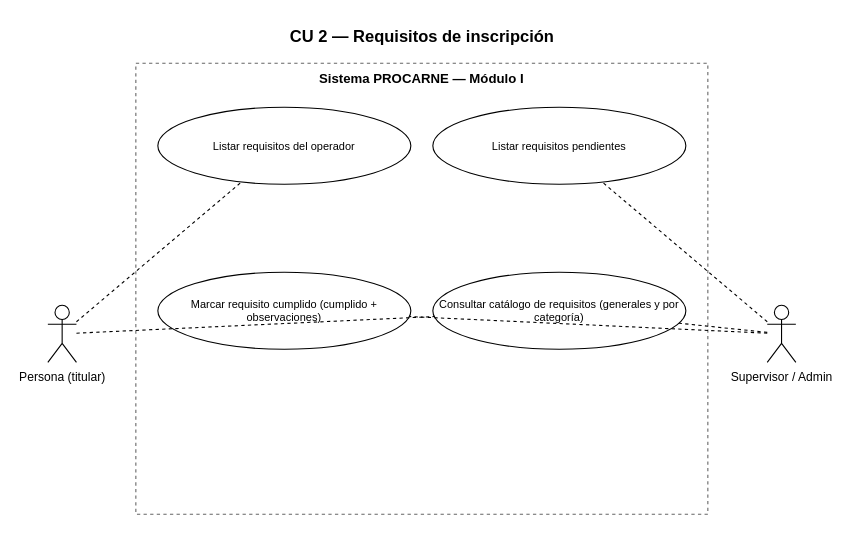
The draw.io diagram diagramas/casos-de-uso-modulo-1/CU-02-requisitos-de-inscripción.drawio in guspaz0/2026-pp1-tt-procarne, before the edit. Source tidied: cells renumbered, new cells numbered last; positions are measured from the earlier drawing's top-left corner, leaving out a move shared by most shapes. Both pictures are drawn from the tidied source at 110%, with x=0, y=0 at pixel (47, 19).
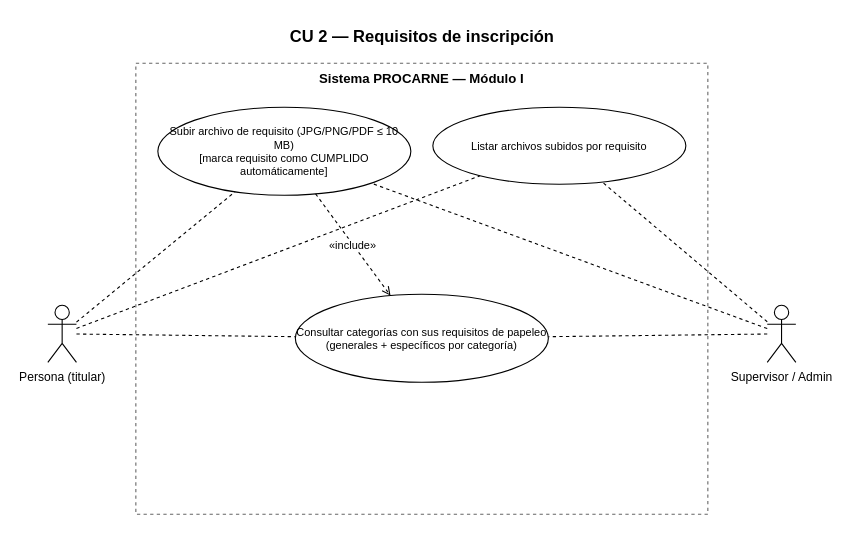
Above is the later version.

What changed in the source:
```diff
@@
 <mxGraphModel>
   <root>
     <mxCell id="0" />
     <mxCell id="1" parent="0" />
     <mxCell id="2" value="CU 2 — Requisitos de inscripción" style="text;html=1;align=center;verticalAlign=middle;fontSize=15;fontStyle=1;" parent="1" vertex="1">
       <mxGeometry x="80" width="520" height="30" as="geometry" />
     </mxCell>
     <mxCell id="3" value="Sistema PROCARNE — Módulo I" style="rounded=0;whiteSpace=wrap;html=1;verticalAlign=top;fillColor=none;strokeColor=#666666;dashed=1;fontSize=12;fontStyle=1;" parent="1" vertex="1">
       <mxGeometry x="80" y="40" width="520" height="410" as="geometry" />
     </mxCell>
-    <mxCell id="4" value="Listar requisitos del operador" style="ellipse;whiteSpace=wrap;html=1;fontSize=10;" parent="3" vertex="1">
-      <mxGeometry x="20" y="40" width="230" height="70" as="geometry" />
-    </mxCell>
-    <mxCell id="5" value="Listar requisitos pendientes" style="ellipse;whiteSpace=wrap;html=1;fontSize=10;" parent="3" vertex="1">
-      <mxGeometry x="270" y="40" width="230" height="70" as="geometry" />
-    </mxCell>
-    <mxCell id="6" value="Marcar requisito cumplido (cumplido + observaciones)" style="ellipse;whiteSpace=wrap;html=1;fontSize=10;" parent="3" vertex="1">
-      <mxGeometry x="20" y="190" width="230" height="70" as="geometry" />
-    </mxCell>
+    <mxCell id="15" value="Subir archivo de requisito (JPG/PNG/PDF ≤ 10 MB)&#10;[marca requisito como CUMPLIDO automáticamente]" style="ellipse;whiteSpace=wrap;html=1;fontSize=10;" parent="3" vertex="1">
+      <mxGeometry x="20" y="40" width="230" height="80" as="geometry" />
+    </mxCell>
+    <mxCell id="16" value="Listar archivos subidos por requisito" style="ellipse;whiteSpace=wrap;html=1;fontSize=10;" parent="3" vertex="1">
+      <mxGeometry x="270" y="40" width="230" height="70" as="geometry" />
+    </mxCell>
-    <mxCell id="7" value="Consultar catálogo de requisitos (generales y por categoría)" style="ellipse;whiteSpace=wrap;html=1;fontSize=10;" parent="3" vertex="1">
-      <mxGeometry x="270" y="190" width="230" height="70" as="geometry" />
+    <mxCell id="7" value="Consultar categorías con sus requisitos de papeleo&#10;(generales + específicos por categoría)" style="ellipse;whiteSpace=wrap;html=1;fontSize=10;" parent="3" vertex="1">
+      <mxGeometry x="145" y="210" width="230" height="80" as="geometry" />
     </mxCell>
     <mxCell id="8" value="Persona (titular)" style="shape=umlActor;verticalLabelPosition=bottom;verticalAlign=top;html=1;outlineConnect=0;fontSize=11;" parent="1" vertex="1">
       <mxGeometry y="260" width="26" height="52" as="geometry" />
     </mxCell>
     <mxCell id="9" value="Supervisor / Admin" style="shape=umlActor;verticalLabelPosition=bottom;verticalAlign=top;html=1;outlineConnect=0;fontSize=11;" parent="1" vertex="1">
       <mxGeometry x="654" y="260" width="26" height="52" as="geometry" />
     </mxCell>
+    <mxCell id="17" style="endArrow=none;html=1;dashed=1;" parent="1" edge="1" source="8" target="15">
+      <mxGeometry relative="1" as="geometry" />
+    </mxCell>
+    <mxCell id="18" style="endArrow=none;html=1;dashed=1;" parent="1" edge="1" source="9" target="15">
+      <mxGeometry relative="1" as="geometry" />
+    </mxCell>
-    <mxCell id="10" style="endArrow=none;html=1;dashed=1;" parent="1" edge="1" source="8" target="4">
+    <mxCell id="10" style="endArrow=none;html=1;dashed=1;" parent="1" edge="1" source="8" target="16">
       <mxGeometry relative="1" as="geometry" />
     </mxCell>
-    <mxCell id="11" style="endArrow=none;html=1;dashed=1;" parent="1" edge="1" source="9" target="5">
-      <mxGeometry relative="1" as="geometry" />
-    </mxCell>
-    <mxCell id="12" style="endArrow=none;html=1;dashed=1;" parent="1" edge="1" source="9" target="6">
-      <mxGeometry relative="1" as="geometry" />
-    </mxCell>
+    <mxCell id="19" style="endArrow=none;html=1;dashed=1;" parent="1" edge="1" source="9" target="16">
+      <mxGeometry relative="1" as="geometry" />
+    </mxCell>
     <mxCell id="13" style="endArrow=none;html=1;dashed=1;" parent="1" edge="1" source="8" target="7">
       <mxGeometry relative="1" as="geometry" />
     </mxCell>
     <mxCell id="14" style="endArrow=none;html=1;dashed=1;" parent="1" edge="1" source="9" target="7">
       <mxGeometry relative="1" as="geometry" />
     </mxCell>
+    <mxCell id="20" value="«include»" style="endArrow=open;html=1;dashed=1;fontSize=10;" parent="1" edge="1" source="15" target="7">
+      <mxGeometry relative="1" as="geometry" />
+    </mxCell>
   </root>
 </mxGraphModel>
```
